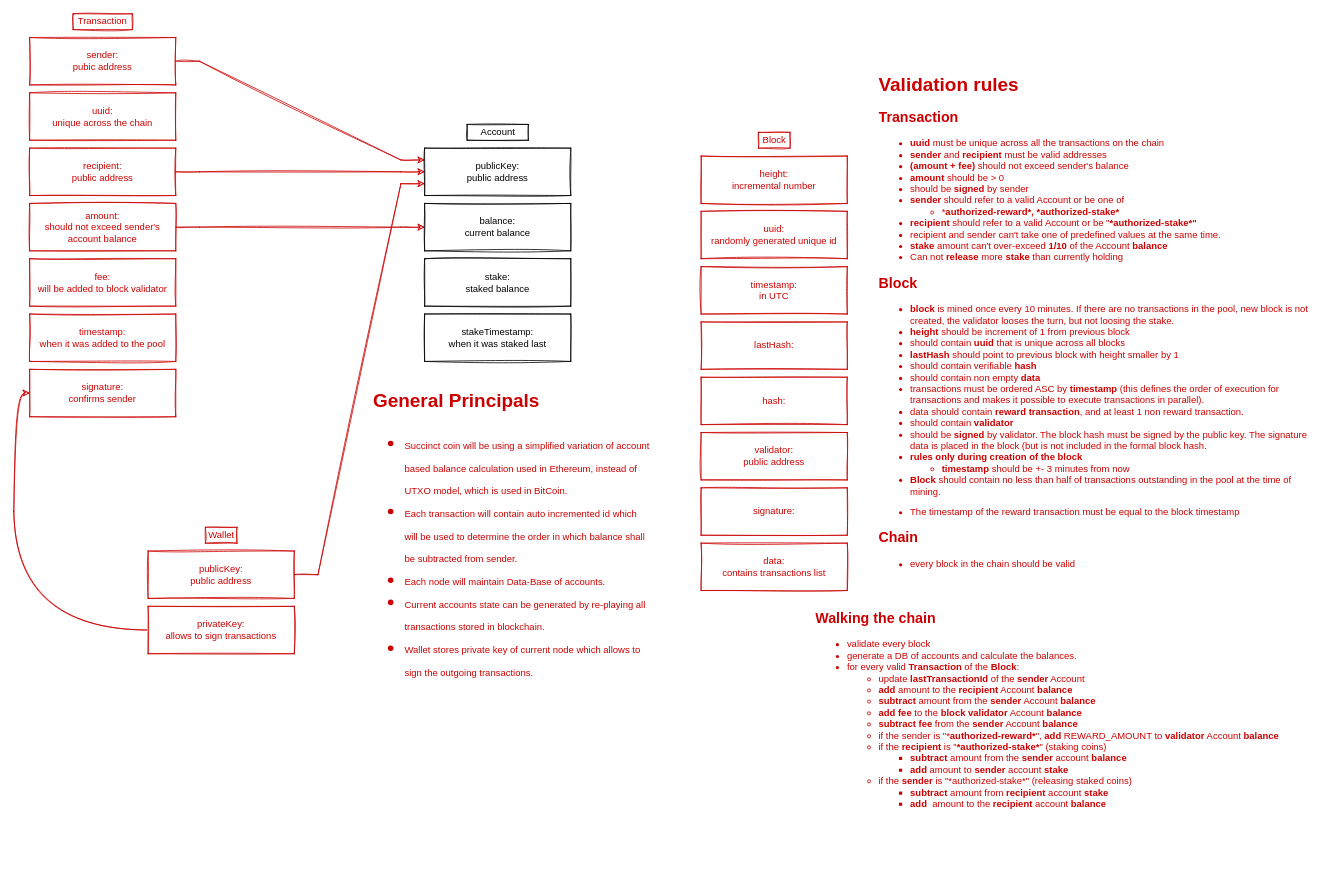
Above: docs/Transaction Structure Diagram.drawio in echowaves/succinctcoin (draw.io), before the change. Source tidied: cells renumbered, new cells numbered last; positions are measured from the earlier drawing's top-left corner, leaving out a move shared by most shapes. Both pictures are drawn from the tidied source at 79%, with x=0, y=0 at pixel (29, 13).
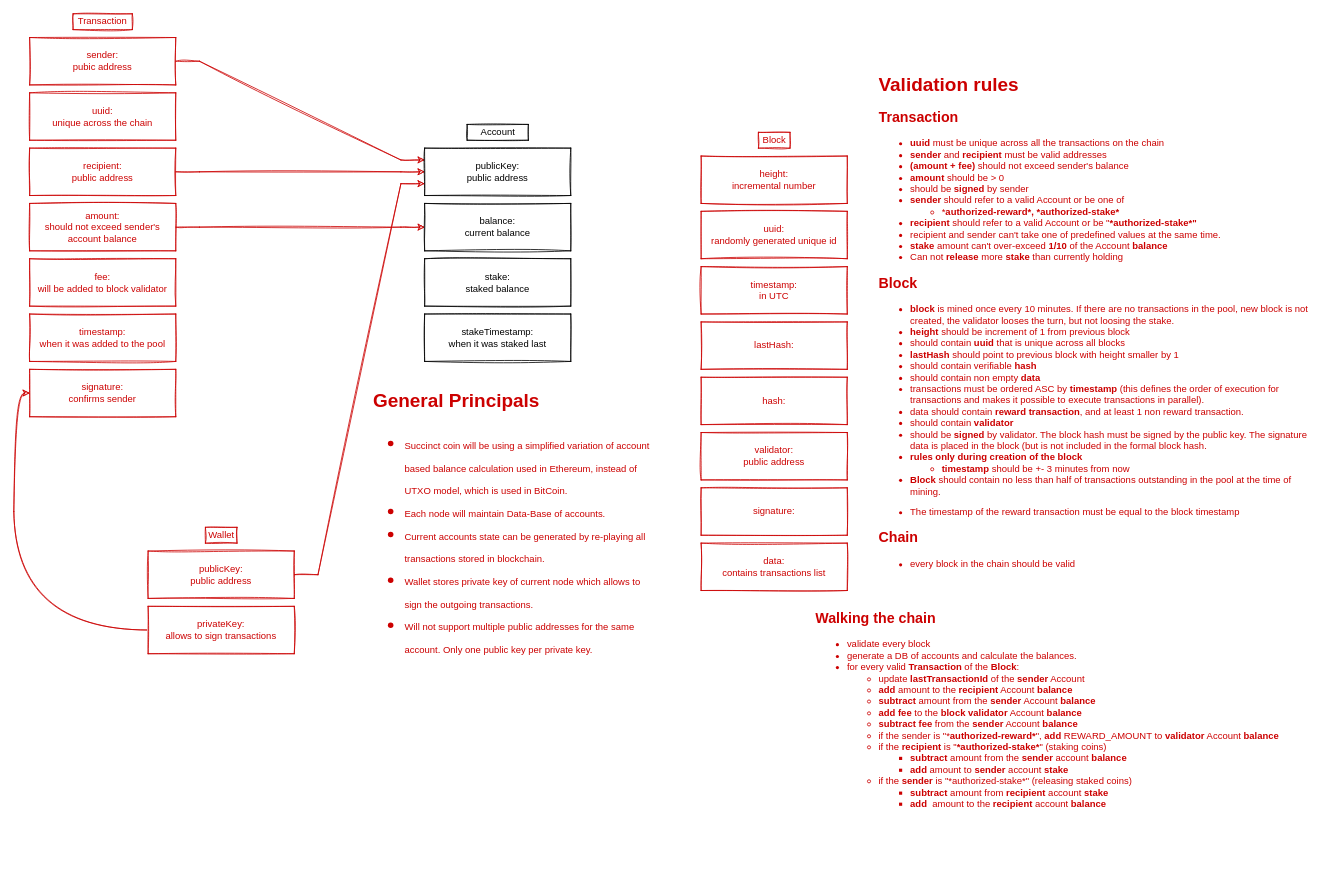
Above is the later version.

Change to the diagram source:
```diff
@@
-    <mxCell id="18" value="&lt;h1&gt;&lt;span&gt;General Principals&lt;/span&gt;&lt;/h1&gt;&lt;h1&gt;&lt;ul&gt;&lt;li&gt;&lt;span style=&quot;font-size: 12px ; font-weight: 400&quot;&gt;Succinct coin will be using a simplified variation of account based balance calculation used in Ethereum, instead of UTXO model, which is used in BitCoin.&lt;/span&gt;&lt;/li&gt;&lt;li&gt;&lt;span style=&quot;font-size: 12px ; font-weight: 400&quot;&gt;Each transaction will contain auto incremented id which will be used to determine the order in which balance shall be subtracted&amp;nbsp;from&amp;nbsp;sender.&lt;/span&gt;&lt;/li&gt;&lt;li&gt;&lt;span style=&quot;font-size: 12px ; font-weight: 400&quot;&gt;Each node will maintain Data-Base of accounts.&lt;/span&gt;&lt;/li&gt;&lt;li&gt;&lt;span style=&quot;font-size: 12px ; font-weight: 400&quot;&gt;Current accounts state can be generated by re-playing all transactions stored in blockchain.&lt;/span&gt;&lt;/li&gt;&lt;li&gt;&lt;span style=&quot;font-size: 12px ; font-weight: 400&quot;&gt;Wallet stores private key of current node which allows to sign the outgoing transactions.&lt;/span&gt;&lt;/li&gt;&lt;/ul&gt;&lt;/h1&gt;" style="text;html=1;fillColor=none;spacing=5;spacingTop=-20;whiteSpace=wrap;overflow=hidden;rounded=0;sketch=1;fontColor=#CC0000;" parent="1" vertex="1">
+    <mxCell id="18" value="&lt;h1&gt;&lt;span&gt;General Principals&lt;/span&gt;&lt;/h1&gt;&lt;h1&gt;&lt;ul&gt;&lt;li&gt;&lt;span style=&quot;font-size: 12px ; font-weight: 400&quot;&gt;Succinct coin will be using a simplified variation of account based balance calculation used in Ethereum, instead of UTXO model, which is used in BitCoin.&lt;/span&gt;&lt;/li&gt;&lt;li&gt;&lt;span style=&quot;font-size: 12px ; font-weight: 400&quot;&gt;Each node will maintain Data-Base of accounts.&lt;/span&gt;&lt;br&gt;&lt;/li&gt;&lt;li&gt;&lt;span style=&quot;font-size: 12px ; font-weight: 400&quot;&gt;Current accounts state can be generated by re-playing all transactions stored in blockchain.&lt;/span&gt;&lt;/li&gt;&lt;li&gt;&lt;span style=&quot;font-size: 12px ; font-weight: 400&quot;&gt;Wallet stores private key of current node which allows to sign the outgoing transactions.&lt;/span&gt;&lt;/li&gt;&lt;li&gt;&lt;span style=&quot;font-size: 12px ; font-weight: 400&quot;&gt;Will not support multiple public addresses for the same account. Only one public key per private key.&lt;/span&gt;&lt;/li&gt;&lt;/ul&gt;&lt;/h1&gt;" style="text;html=1;fillColor=none;spacing=5;spacingTop=-20;whiteSpace=wrap;overflow=hidden;rounded=0;sketch=1;fontColor=#CC0000;" parent="1" vertex="1">
       <mxGeometry x="430" y="470" width="360" height="550" as="geometry" />
     </mxCell>
```
